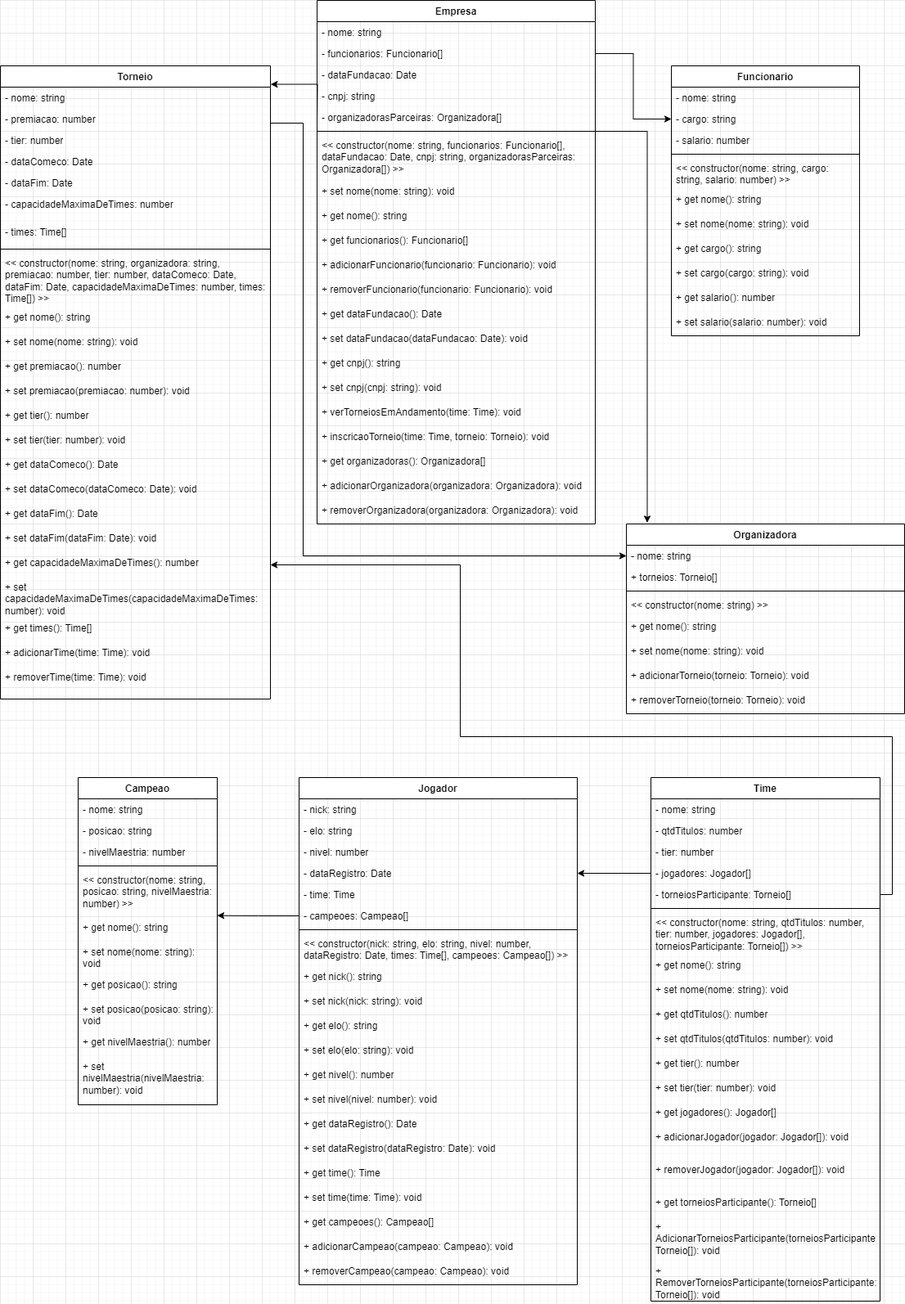
Before: diagrama.png, a diagram exported from draw.io (EduardoBragadeOliveira/poo-jogadores). Source tidied: cells renumbered, new cells last; positions are measured from the earlier drawing's top-left corner, leaving out a move shared by most shapes.
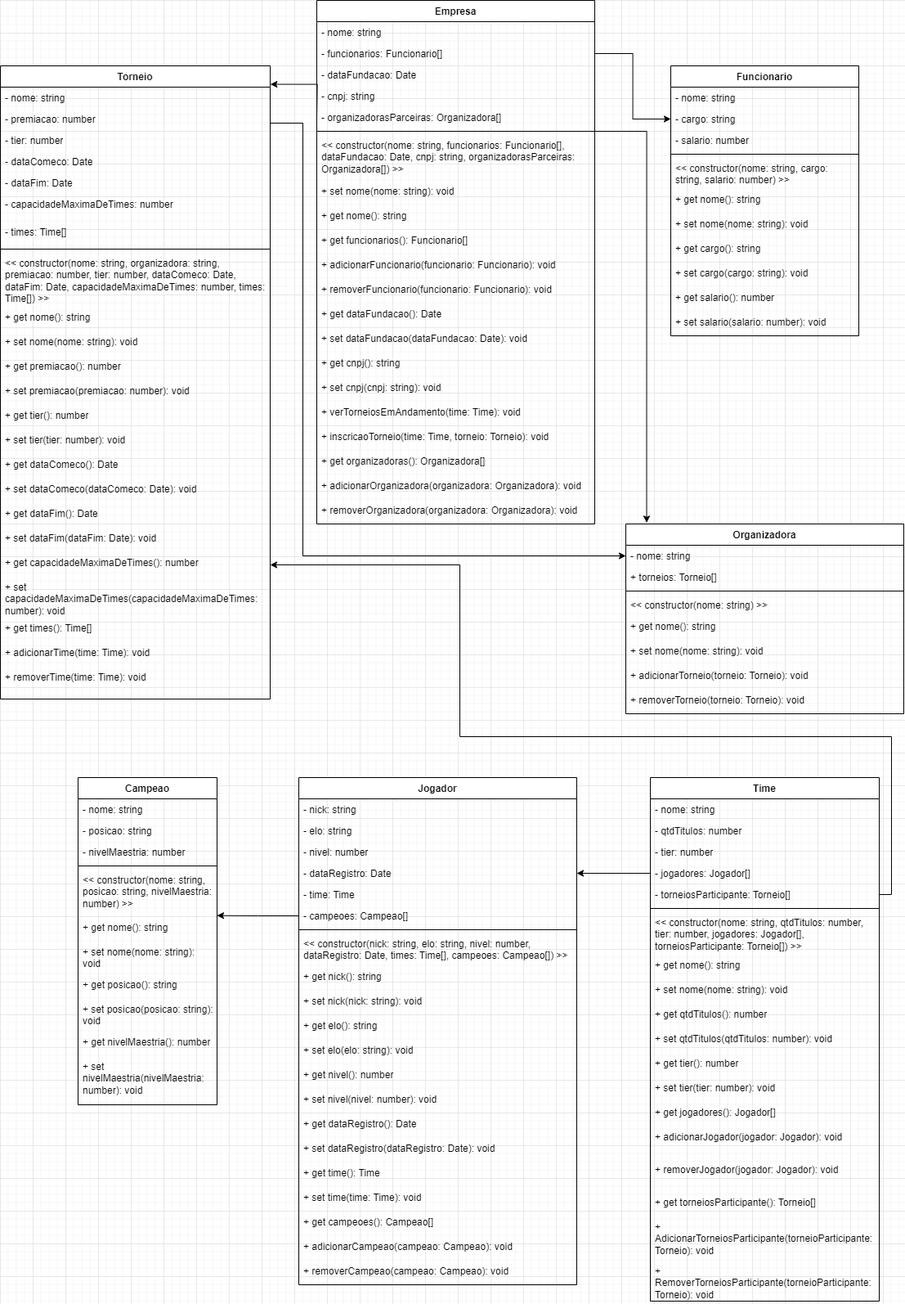
Above is the later version.

Commit message:
UML e time

What changed in the source:
```diff
@@ -113,19 +113,19 @@
     <mxCell id="38" value="+ get jogadores(): Jogador[]" style="text;strokeColor=none;fillColor=none;align=left;verticalAlign=top;spacingLeft=4;spacingRight=4;overflow=hidden;whiteSpace=wrap;html=1;" parent="24" vertex="1">
       <mxGeometry y="396" width="280" height="30" as="geometry" />
     </mxCell>
-    <mxCell id="39" value="+ adicionarJogador(jogador: Jogador[]): void" style="text;strokeColor=none;fillColor=none;align=left;verticalAlign=top;spacingLeft=4;spacingRight=4;overflow=hidden;whiteSpace=wrap;html=1;" parent="24" vertex="1">
+    <mxCell id="39" value="+ adicionarJogador(jogador: Jogador): void" style="text;strokeColor=none;fillColor=none;align=left;verticalAlign=top;spacingLeft=4;spacingRight=4;overflow=hidden;whiteSpace=wrap;html=1;" parent="24" vertex="1">
       <mxGeometry y="426" width="280" height="40" as="geometry" />
     </mxCell>
-    <mxCell id="40" value="+ removerJogador(jogador: Jogador[]): void" style="text;strokeColor=none;fillColor=none;align=left;verticalAlign=top;spacingLeft=4;spacingRight=4;overflow=hidden;whiteSpace=wrap;html=1;" parent="24" vertex="1">
+    <mxCell id="40" value="+ removerJogador(jogador: Jogador): void" style="text;strokeColor=none;fillColor=none;align=left;verticalAlign=top;spacingLeft=4;spacingRight=4;overflow=hidden;whiteSpace=wrap;html=1;" parent="24" vertex="1">
       <mxGeometry y="466" width="280" height="40" as="geometry" />
     </mxCell>
     <mxCell id="41" value="+ get torneiosParticipante(): Torneio[]" style="text;strokeColor=none;fillColor=none;align=left;verticalAlign=top;spacingLeft=4;spacingRight=4;overflow=hidden;whiteSpace=wrap;html=1;" parent="24" vertex="1">
       <mxGeometry y="506" width="280" height="30" as="geometry" />
     </mxCell>
-    <mxCell id="42" value="+ AdicionarTorneiosParticipante(torneiosParticipante: Torneio[]): void" style="text;strokeColor=none;fillColor=none;align=left;verticalAlign=top;spacingLeft=4;spacingRight=4;overflow=hidden;whiteSpace=wrap;html=1;" parent="24" vertex="1">
+    <mxCell id="42" value="+ AdicionarTorneiosParticipante(torneioParticipante: Torneio): void" style="text;strokeColor=none;fillColor=none;align=left;verticalAlign=top;spacingLeft=4;spacingRight=4;overflow=hidden;whiteSpace=wrap;html=1;" parent="24" vertex="1">
       <mxGeometry y="536" width="280" height="54" as="geometry" />
     </mxCell>
-    <mxCell id="43" value="+ RemoverTorneiosParticipante(torneiosParticipante: Torneio[]): void" style="text;strokeColor=none;fillColor=none;align=left;verticalAlign=top;spacingLeft=4;spacingRight=4;overflow=hidden;whiteSpace=wrap;html=1;" parent="24" vertex="1">
+    <mxCell id="43" value="+ RemoverTorneiosParticipante(torneioParticipante: Torneio): void" style="text;strokeColor=none;fillColor=none;align=left;verticalAlign=top;spacingLeft=4;spacingRight=4;overflow=hidden;whiteSpace=wrap;html=1;" parent="24" vertex="1">
       <mxGeometry y="590" width="280" height="50" as="geometry" />
     </mxCell>
     <mxCell id="44" value="Campeao" style="swimlane;fontStyle=1;align=center;verticalAlign=top;horizontal=1;startSize=26;whiteSpace=wrap;html=1;" parent="1" vertex="1">
```
